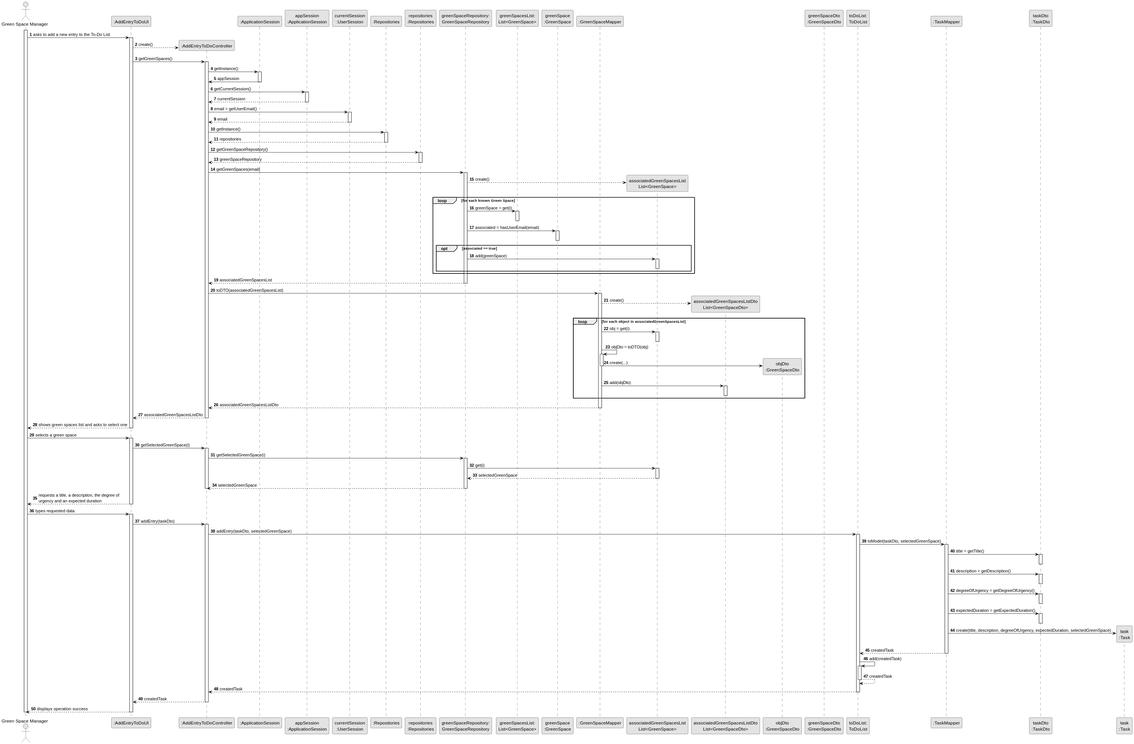
Above: docs/sprintC/us021/03.design/svg/us021-sequence-diagram-full.svg in Departamento-de-Engenharia-Informatica/lei-24-s2-1dm-g132 (PlantUML), before the change.
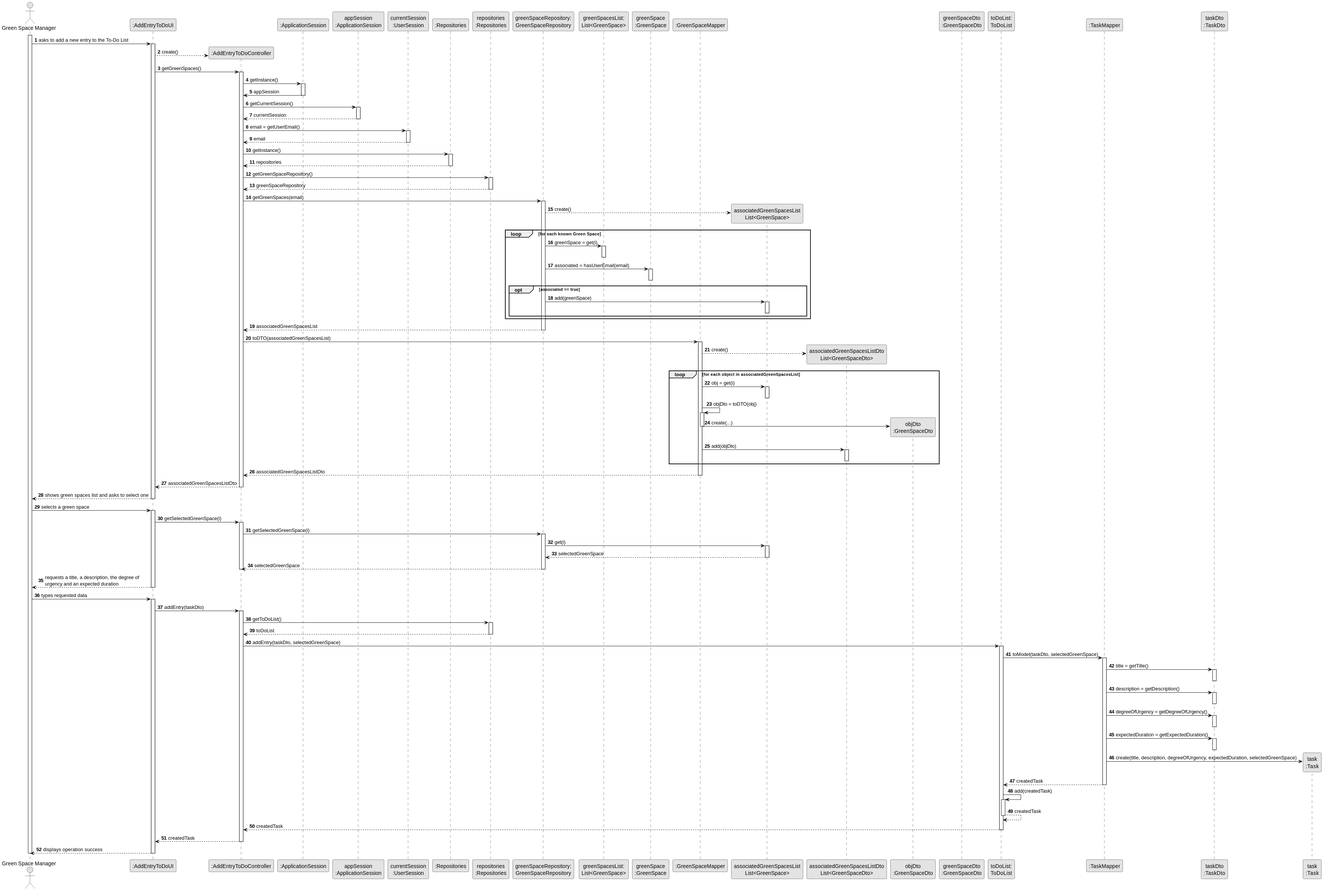
After the commit.

Commit message:
US21 sequence diagram minor correction and beginning of class diagram

The edit, as a diff of the source:
```diff
@@ -150,6 +150,11 @@
             UI -> CTRL : addEntry(taskDto)
             activate CTRL
 
+                CTRL -> PLAT : getToDoList()
+                activate PLAT
+                    PLAT --> CTRL : toDoList
+                deactivate PLAT
+
                 CTRL -> ToDoList : addEntry(taskDto, selectedGreenSpace)
                 activate ToDoList
 
```
